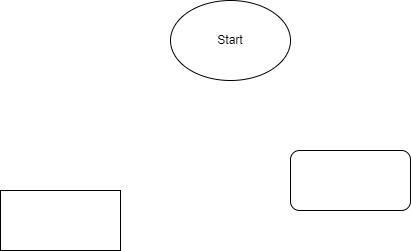
Above: ex000.drawio.png in JuliaBabina/Practicum (draw.io), before the change. Source tidied: cells renumbered, new cells last; positions are measured from the earlier drawing's top-left corner, leaving out a move shared by most shapes.
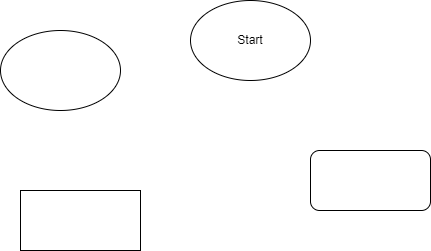
After the change.

What changed in the source:
```diff
@@ -11,5 +11,8 @@
     <mxCell id="4" style="rounded=1;whiteSpace=wrap;html=1;" parent="1" vertex="1">
       <mxGeometry x="290" y="150" width="120" height="60" as="geometry" />
     </mxCell>
+    <mxCell id="5" style="ellipse;whiteSpace=wrap;html=1;" parent="1" vertex="1">
+      <mxGeometry x="-20" y="30" width="120" height="80" as="geometry" />
+    </mxCell>
   </root>
 </mxGraphModel>
```
